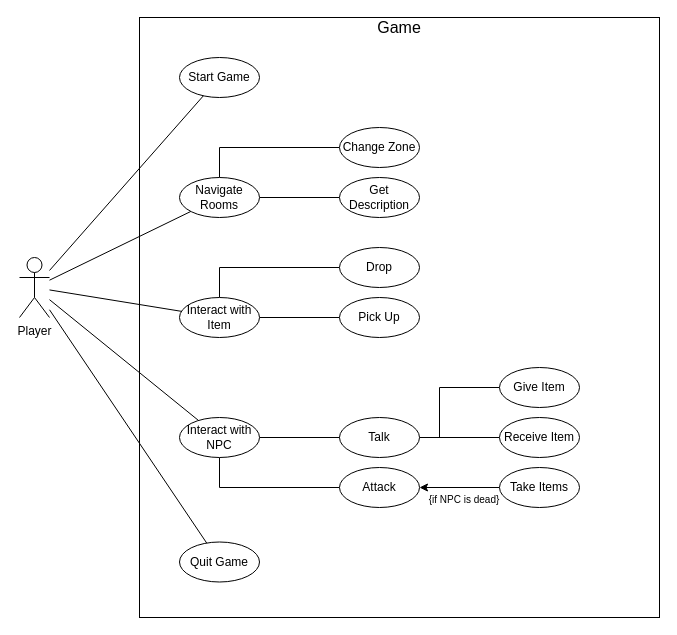
Earlier version of the draw.io diagram page "Use-Case" (1 of 3) of Diagrams/Legends of Antir Diagrams.drawio (qogoist/LegendsOfAntir). Source tidied: cells renumbered, new cells numbered last; positions are measured from the earlier drawing's top-left corner, leaving out a move shared by most shapes. Both pictures are drawn from the tidied source at 100%, with x=0, y=0 at pixel (19, 17).
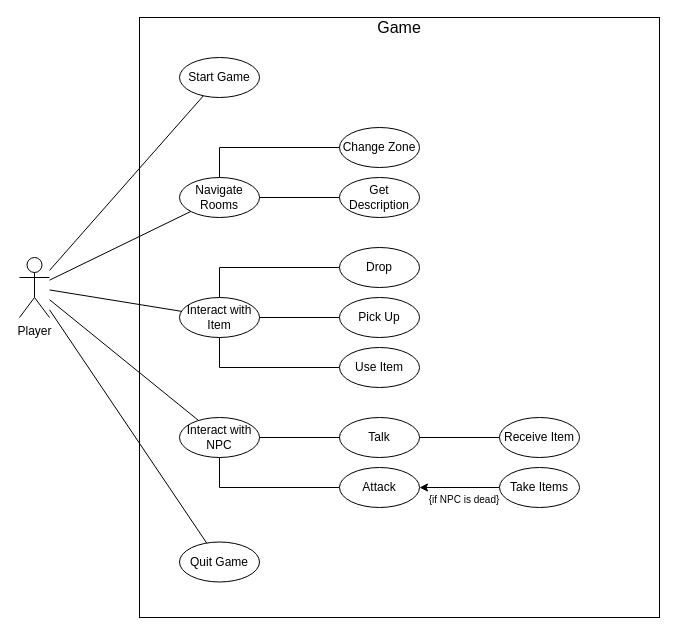
The same diagram, later.

The change refers to these unchanged cells:
```xml
<mxCell id="8" value="Talk" style="ellipse;whiteSpace=wrap;html=1;" parent="1" vertex="1">
  <mxGeometry x="320" y="400" width="80" height="40" as="geometry" />
</mxCell>
<mxCell id="11" value="Interact with Item" style="ellipse;whiteSpace=wrap;html=1;" parent="1" vertex="1">
  <mxGeometry x="160" y="280" width="80" height="40" as="geometry" />
</mxCell>
```

Diff of the diagram source:
```diff
@@
-    <mxCell id="6" style="edgeStyle=orthogonalEdgeStyle;rounded=0;jettySize=auto;html=1;fontSize=16;endArrow=none;endFill=0;" parent="1" edge="1" source="8" target="31">
-      <mxGeometry relative="1" as="geometry">
-        <Array as="points">
-          <mxPoint x="420" y="420" />
-          <mxPoint x="420" y="370" />
-        </Array>
-      </mxGeometry>
-    </mxCell>
@@
+    <mxCell id="34" style="edgeStyle=orthogonalEdgeStyle;rounded=0;jettySize=auto;html=1;endArrow=none;endFill=0;endSize=6;" parent="1" edge="1" source="11" target="35">
+      <mxGeometry relative="1" as="geometry">
+        <Array as="points">
+          <mxPoint x="200" y="350" />
+        </Array>
+      </mxGeometry>
+    </mxCell>
@@
-    <mxCell id="31" value="Give Item" style="ellipse;whiteSpace=wrap;html=1;" parent="1" vertex="1">
-      <mxGeometry x="480" y="350" width="80" height="40" as="geometry" />
-    </mxCell>
@@
+    <mxCell id="35" value="Use Item" style="ellipse;whiteSpace=wrap;html=1;" parent="1" vertex="1">
+      <mxGeometry x="320" y="330" width="80" height="40" as="geometry" />
+    </mxCell>
```
